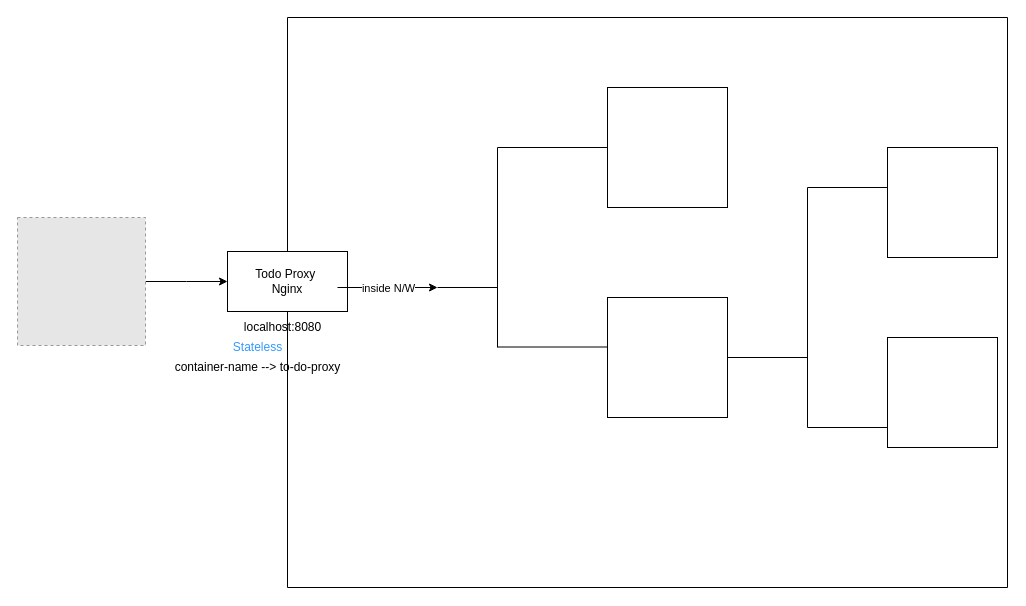
This is page "Page-1" (1 of 2) of Untitled Diagram.drawio from darshankmr9/DevopsDeep, a draw.io file, before an edit. Source tidied: cells renumbered, new cells numbered last; positions are measured from the earlier drawing's top-left corner, leaving out a move shared by most shapes. Both pictures are drawn from the tidied source at 100%, with x=0, y=0 at pixel (17, 17). Pictures stored in the file or linked from it are replaced by grey dashed boxes.
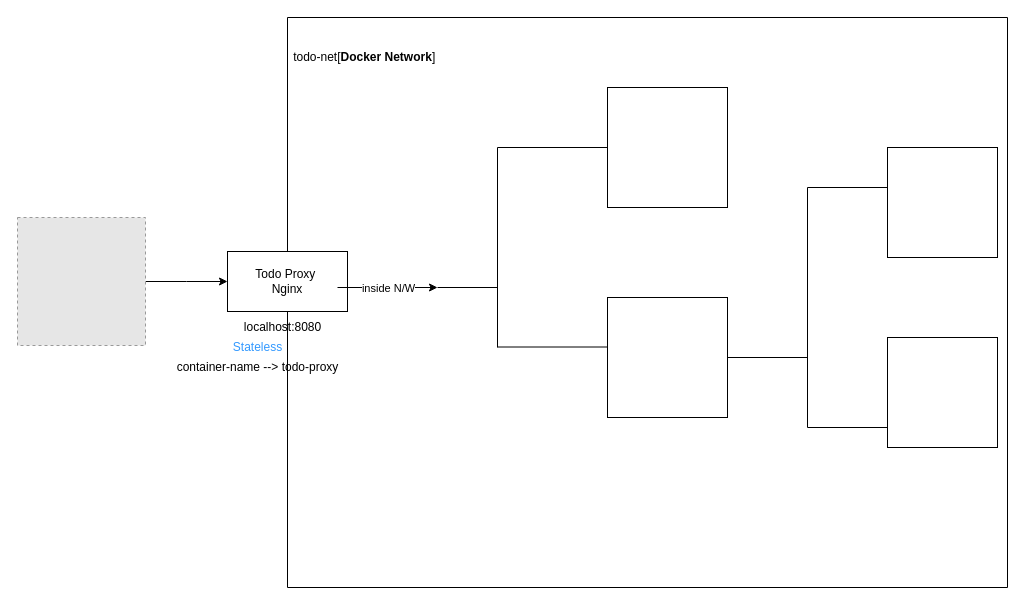
The same page after the edit.

What changed in the source:
```diff
@@
-    <mxCell id="7" value="container-name --&amp;gt; to-do-proxy" style="text;html=1;align=center;verticalAlign=middle;strokeColor=none;" parent="1" vertex="1">
+    <mxCell id="7" value="container-name --&amp;gt; todo-proxy" style="text;html=1;align=center;verticalAlign=middle;strokeColor=none;" parent="1" vertex="1">
       <mxGeometry x="150" y="340" width="180" height="20" as="geometry" />
     </mxCell>
@@
+    <mxCell id="28" value="&amp;nbsp; &amp;nbsp; &amp;nbsp; &amp;nbsp; &amp;nbsp; &amp;nbsp; &amp;nbsp; &amp;nbsp; todo-net[&lt;b&gt;Docker Network&lt;/b&gt;]" style="text;html=1;align=center;verticalAlign=middle;strokeColor=none;" parent="1" vertex="1">
+      <mxGeometry x="215" y="30" width="210" height="20" as="geometry" />
+    </mxCell>
```
